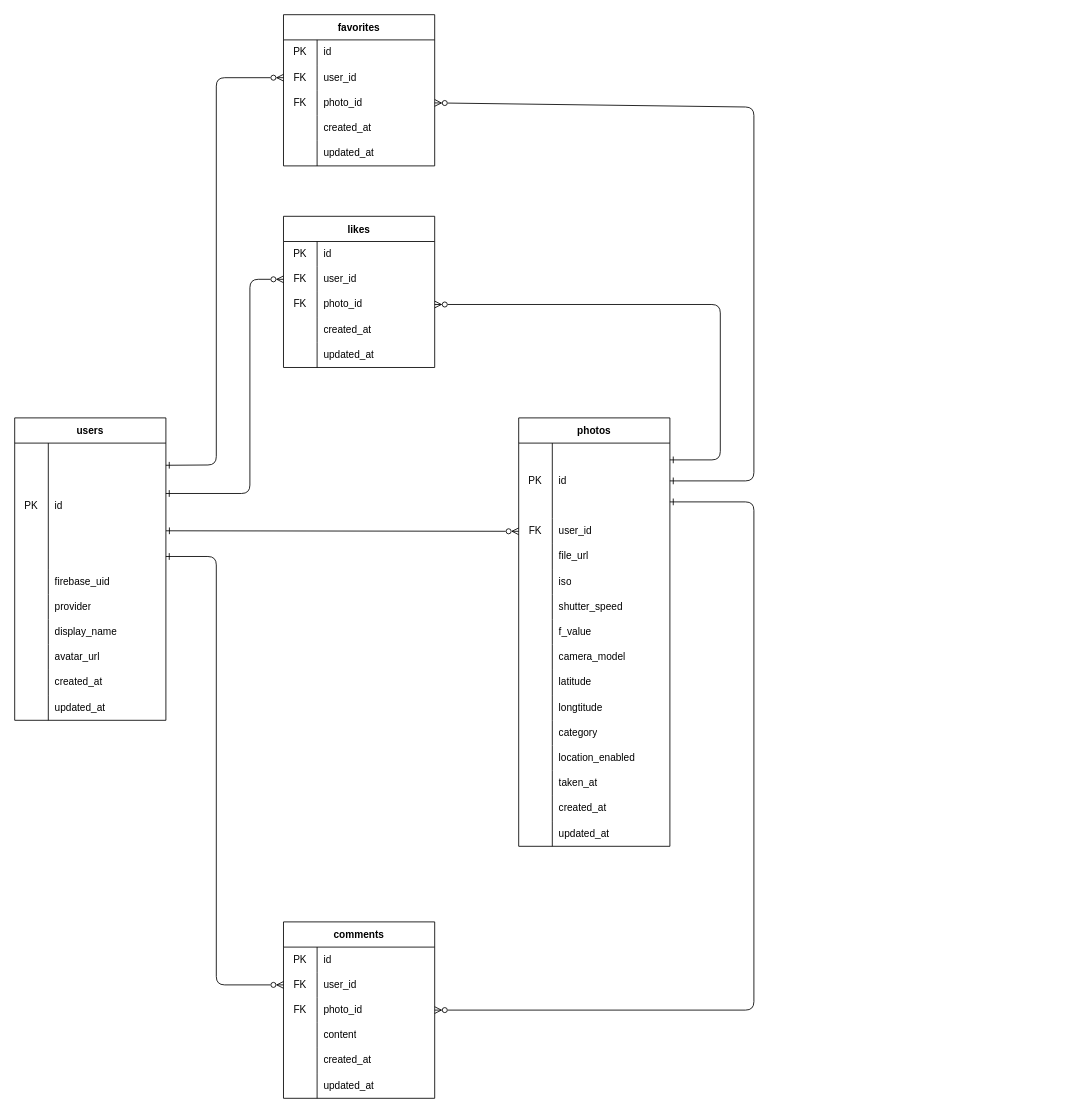
Above: er.drawio in Kaiwa-Jun/shotsharing (draw.io), before the change. Source tidied: cells renumbered, new cells numbered last; positions are measured from the earlier drawing's top-left corner, leaving out a move shared by most shapes. Both pictures are drawn from the tidied source at 84%, with x=0, y=0 at pixel (14, 14).
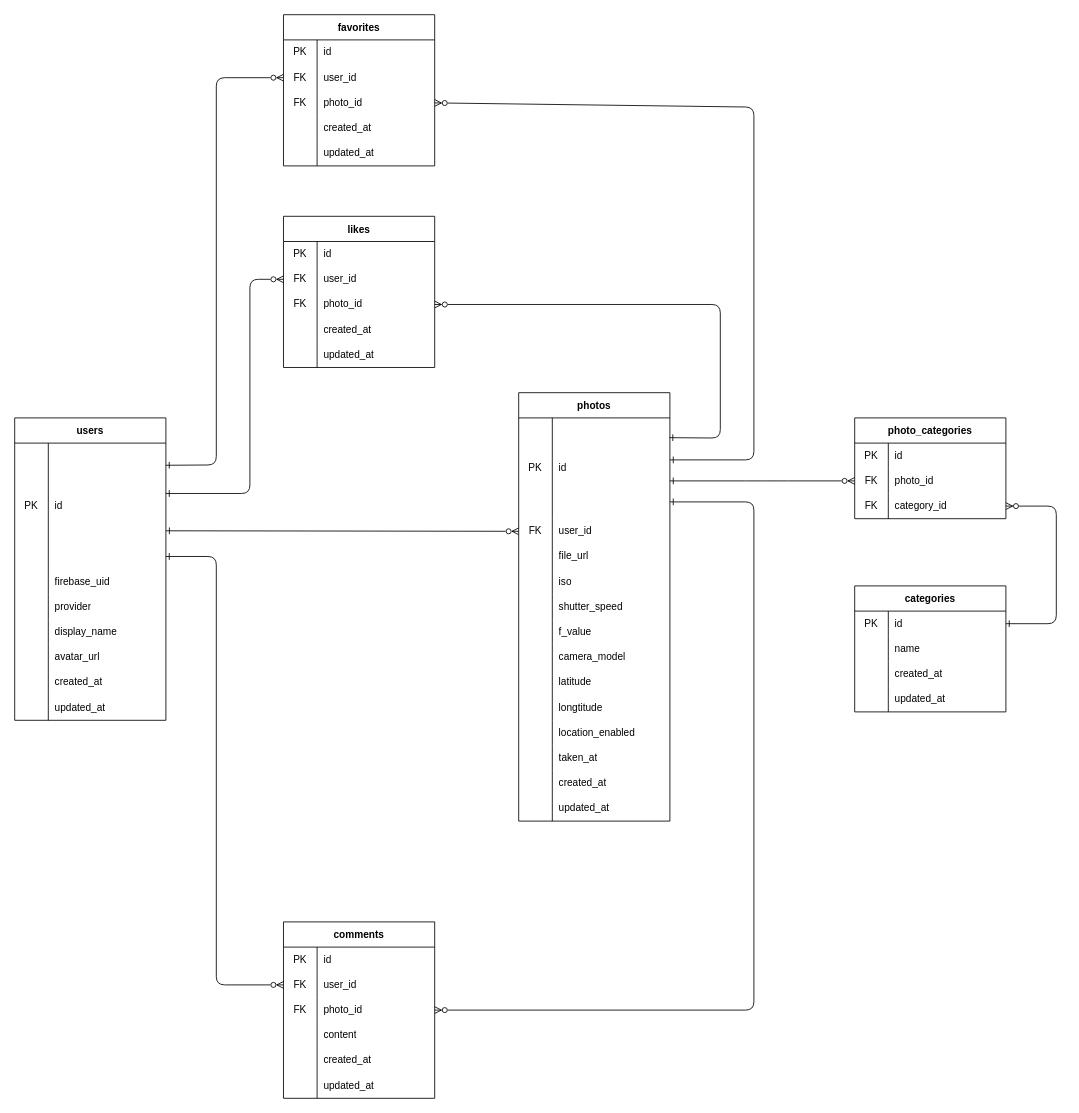
After the change.

Commit message:
ER図 categoriedテーブル追加

The change refers to these unchanged cells:
```xml
<mxCell id="74" style="shape=tableRow;horizontal=0;startSize=0;swimlaneHead=0;swimlaneBody=0;top=0;left=0;bottom=0;right=0;fillColor=none;points=[[0,0.5],[1,0.5]];portConstraint=eastwest;" parent="67" vertex="1">
  <mxGeometry y="90" width="180" height="30" as="geometry" />
</mxCell>
<mxCell id="90" style="shape=tableRow;horizontal=0;startSize=0;swimlaneHead=0;swimlaneBody=0;top=0;left=0;bottom=0;right=0;fillColor=none;points=[[0,0.5],[1,0.5]];portConstraint=eastwest;" parent="83" vertex="1">
  <mxGeometry y="90" width="180" height="30" as="geometry" />
</mxCell>
```

Change to the diagram source:
```diff
@@
     <mxCell id="24" value="photos" style="shape=table;startSize=30;childLayout=tableLayout;rowLines=0;fontStyle=1;perimeterSpacing=0;columnLines=1;resizeLastRow=0;swimlaneHead=1;swimlaneBody=1;horizontal=1;top=1;bottom=1;noLabel=0;" parent="1" vertex="1">
-      <mxGeometry x="600" y="480" width="180" height="510" as="geometry" />
+      <mxGeometry x="600" y="450" width="180" height="510" as="geometry" />
     </mxCell>
     <mxCell id="25" style="shape=tableRow;horizontal=0;startSize=0;swimlaneHead=0;swimlaneBody=0;top=0;left=0;bottom=0;right=0;fillColor=none;points=[[0,0.5],[1,0.5]];portConstraint=eastwest;" parent="24" vertex="1">
-      <mxGeometry y="30" width="180" height="90" as="geometry" />
+      <mxGeometry y="30" width="180" height="120" as="geometry" />
     </mxCell>
     <mxCell id="26" value="PK" style="shape=partialRectangle;html=1;whiteSpace=wrap;fillColor=none;top=0;left=0;bottom=0;right=0;overflow=hidden;" parent="25" vertex="1">
-      <mxGeometry width="40" height="90" as="geometry" />
+      <mxGeometry width="40" height="120" as="geometry" />
     </mxCell>
     <mxCell id="27" value="id" style="shape=partialRectangle;html=1;whiteSpace=wrap;fillColor=none;top=0;left=0;bottom=0;right=0;align=left;spacingLeft=6;overflow=hidden;" parent="25" vertex="1">
-      <mxGeometry x="40" width="140" height="90" as="geometry" />
+      <mxGeometry x="40" width="140" height="120" as="geometry" />
     </mxCell>
     <mxCell id="28" style="shape=tableRow;horizontal=0;startSize=0;swimlaneHead=0;swimlaneBody=0;top=0;left=0;bottom=0;right=0;fillColor=none;points=[[0,0.5],[1,0.5]];portConstraint=eastwest;" parent="24" vertex="1">
-      <mxGeometry y="120" width="180" height="30" as="geometry" />
+      <mxGeometry y="150" width="180" height="30" as="geometry" />
     </mxCell>
@@
     <mxCell id="31" style="shape=tableRow;horizontal=0;startSize=0;swimlaneHead=0;swimlaneBody=0;top=0;left=0;bottom=0;right=0;fillColor=none;" parent="24" vertex="1">
-      <mxGeometry y="150" width="180" height="30" as="geometry" />
+      <mxGeometry y="180" width="180" height="30" as="geometry" />
     </mxCell>
@@
     <mxCell id="34" style="shape=tableRow;horizontal=0;startSize=0;swimlaneHead=0;swimlaneBody=0;top=0;left=0;bottom=0;right=0;fillColor=none;" parent="24" vertex="1">
-      <mxGeometry y="180" width="180" height="30" as="geometry" />
+      <mxGeometry y="210" width="180" height="30" as="geometry" />
     </mxCell>
@@
     <mxCell id="37" style="shape=tableRow;horizontal=0;startSize=0;swimlaneHead=0;swimlaneBody=0;top=0;left=0;bottom=0;right=0;fillColor=none;" parent="24" vertex="1">
-      <mxGeometry y="210" width="180" height="30" as="geometry" />
+      <mxGeometry y="240" width="180" height="30" as="geometry" />
     </mxCell>
@@
     <mxCell id="40" style="shape=tableRow;horizontal=0;startSize=0;swimlaneHead=0;swimlaneBody=0;top=0;left=0;bottom=0;right=0;fillColor=none;" parent="24" vertex="1">
-      <mxGeometry y="240" width="180" height="30" as="geometry" />
+      <mxGeometry y="270" width="180" height="30" as="geometry" />
     </mxCell>
@@
     <mxCell id="43" style="shape=tableRow;horizontal=0;startSize=0;swimlaneHead=0;swimlaneBody=0;top=0;left=0;bottom=0;right=0;fillColor=none;" parent="24" vertex="1">
-      <mxGeometry y="270" width="180" height="30" as="geometry" />
+      <mxGeometry y="300" width="180" height="30" as="geometry" />
     </mxCell>
@@
     <mxCell id="46" style="shape=tableRow;horizontal=0;startSize=0;swimlaneHead=0;swimlaneBody=0;top=0;left=0;bottom=0;right=0;fillColor=none;" parent="24" vertex="1">
-      <mxGeometry y="300" width="180" height="30" as="geometry" />
+      <mxGeometry y="330" width="180" height="30" as="geometry" />
     </mxCell>
@@
     <mxCell id="49" style="shape=tableRow;horizontal=0;startSize=0;swimlaneHead=0;swimlaneBody=0;top=0;left=0;bottom=0;right=0;fillColor=none;" parent="24" vertex="1">
-      <mxGeometry y="330" width="180" height="30" as="geometry" />
+      <mxGeometry y="360" width="180" height="30" as="geometry" />
     </mxCell>
@@
-    <mxCell id="52" style="shape=tableRow;horizontal=0;startSize=0;swimlaneHead=0;swimlaneBody=0;top=0;left=0;bottom=0;right=0;fillColor=none;" parent="24" vertex="1">
-      <mxGeometry y="360" width="180" height="30" as="geometry" />
-    </mxCell>
-    <mxCell id="53" style="shape=partialRectangle;html=1;whiteSpace=wrap;fillColor=none;top=0;left=0;bottom=0;right=0;overflow=hidden;" parent="52" vertex="1">
-      <mxGeometry width="40" height="30" as="geometry" />
-    </mxCell>
-    <mxCell id="54" value="category" style="shape=partialRectangle;html=1;whiteSpace=wrap;fillColor=none;top=0;left=0;bottom=0;right=0;align=left;spacingLeft=6;overflow=hidden;" parent="52" vertex="1">
-      <mxGeometry x="40" width="140" height="30" as="geometry" />
-    </mxCell>
@@
-    <mxCell id="119" style="edgeStyle=none;html=1;fontFamily=Helvetica;fontSize=12;fontColor=default;startArrow=ERone;startFill=0;endArrow=ERzeroToMany;endFill=0;startSize=6;entryX=1;entryY=0.5;entryDx=0;entryDy=0;exitX=1;exitY=0.5;exitDx=0;exitDy=0;" parent="1" edge="1" source="25" target="74">
+    <mxCell id="119" style="edgeStyle=none;html=1;fontFamily=Helvetica;fontSize=12;fontColor=default;startArrow=ERone;startFill=0;endArrow=ERzeroToMany;endFill=0;startSize=6;entryX=1;entryY=0.5;entryDx=0;entryDy=0;" parent="1" edge="1" target="74">
       <mxGeometry relative="1" as="geometry">
+        <mxPoint x="780" y="530" as="sourcePoint" />
         <Array as="points">
-          <mxPoint x="880" y="555" />
+          <mxPoint x="880" y="530" />
           <mxPoint x="880" y="110" />
         </Array>
       </mxGeometry>
     </mxCell>
@@
-    <mxCell id="124" style="edgeStyle=none;html=1;fontFamily=Helvetica;fontSize=12;fontColor=default;startArrow=ERone;startFill=0;endArrow=ERzeroToMany;endFill=0;startSize=6;entryX=1;entryY=0.5;entryDx=0;entryDy=0;" parent="1" edge="1" target="90">
+    <mxCell id="124" style="edgeStyle=none;html=1;fontFamily=Helvetica;fontSize=12;fontColor=default;startArrow=ERone;startFill=0;endArrow=ERzeroToMany;endFill=0;startSize=6;entryX=1;entryY=0.5;entryDx=0;entryDy=0;exitX=0.997;exitY=0.196;exitDx=0;exitDy=0;exitPerimeter=0;" parent="1" edge="1" source="25" target="90">
       <mxGeometry relative="1" as="geometry">
-        <mxPoint x="780" y="530" as="sourcePoint" />
         <Array as="points">
-          <mxPoint x="840" y="530" />
+          <mxPoint x="840" y="504" />
           <mxPoint x="840" y="345" />
         </Array>
       </mxGeometry>
     </mxCell>
+    <mxCell id="125" value="photo_categories" style="shape=table;startSize=30;childLayout=tableLayout;rowLines=0;fontStyle=1;perimeterSpacing=0;columnLines=1;resizeLastRow=0;swimlaneHead=1;swimlaneBody=1;horizontal=1;top=1;bottom=1;noLabel=0;" parent="1" vertex="1">
+      <mxGeometry x="1000" y="480" width="180" height="120" as="geometry" />
+    </mxCell>
+    <mxCell id="126" style="shape=tableRow;horizontal=0;startSize=0;swimlaneHead=0;swimlaneBody=0;top=0;left=0;bottom=0;right=0;fillColor=none;" parent="125" vertex="1">
+      <mxGeometry y="30" width="180" height="30" as="geometry" />
+    </mxCell>
+    <mxCell id="127" value="PK" style="shape=partialRectangle;html=1;whiteSpace=wrap;fillColor=none;top=0;left=0;bottom=0;right=0;overflow=hidden;" parent="126" vertex="1">
+      <mxGeometry width="40" height="30" as="geometry" />
+    </mxCell>
+    <mxCell id="128" value="id" style="shape=partialRectangle;html=1;whiteSpace=wrap;fillColor=none;top=0;left=0;bottom=0;right=0;align=left;spacingLeft=6;overflow=hidden;" parent="126" vertex="1">
+      <mxGeometry x="40" width="140" height="30" as="geometry" />
+    </mxCell>
+    <mxCell id="129" style="shape=tableRow;horizontal=0;startSize=0;swimlaneHead=0;swimlaneBody=0;top=0;left=0;bottom=0;right=0;fillColor=none;points=[[0,0.5],[1,0.5]];portConstraint=eastwest;" parent="125" vertex="1">
+      <mxGeometry y="60" width="180" height="30" as="geometry" />
+    </mxCell>
+    <mxCell id="130" value="FK" style="shape=partialRectangle;html=1;whiteSpace=wrap;fillColor=none;top=0;left=0;bottom=0;right=0;overflow=hidden;" parent="129" vertex="1">
+      <mxGeometry width="40" height="30" as="geometry" />
+    </mxCell>
+    <mxCell id="131" value="photo_id" style="shape=partialRectangle;html=1;whiteSpace=wrap;fillColor=none;top=0;left=0;bottom=0;right=0;align=left;spacingLeft=6;overflow=hidden;" parent="129" vertex="1">
+      <mxGeometry x="40" width="140" height="30" as="geometry" />
+    </mxCell>
+    <mxCell id="132" style="shape=tableRow;horizontal=0;startSize=0;swimlaneHead=0;swimlaneBody=0;top=0;left=0;bottom=0;right=0;fillColor=none;points=[[0,0.5],[1,0.5]];portConstraint=eastwest;" parent="125" vertex="1">
+      <mxGeometry y="90" width="180" height="30" as="geometry" />
+    </mxCell>
+    <mxCell id="133" value="FK" style="shape=partialRectangle;html=1;whiteSpace=wrap;fillColor=none;top=0;left=0;bottom=0;right=0;overflow=hidden;" parent="132" vertex="1">
+      <mxGeometry width="40" height="30" as="geometry" />
+    </mxCell>
+    <mxCell id="134" value="category_id" style="shape=partialRectangle;html=1;whiteSpace=wrap;fillColor=none;top=0;left=0;bottom=0;right=0;align=left;spacingLeft=6;overflow=hidden;" parent="132" vertex="1">
+      <mxGeometry x="40" width="140" height="30" as="geometry" />
+    </mxCell>
+    <mxCell id="135" value="categories" style="shape=table;startSize=30;childLayout=tableLayout;rowLines=0;fontStyle=1;perimeterSpacing=0;columnLines=1;resizeLastRow=0;swimlaneHead=1;swimlaneBody=1;horizontal=1;top=1;bottom=1;noLabel=0;" parent="1" vertex="1">
+      <mxGeometry x="1000" y="680" width="180" height="150" as="geometry" />
+    </mxCell>
+    <mxCell id="136" style="shape=tableRow;horizontal=0;startSize=0;swimlaneHead=0;swimlaneBody=0;top=0;left=0;bottom=0;right=0;fillColor=none;points=[[0,0.5],[1,0.5]];portConstraint=eastwest;" parent="135" vertex="1">
+      <mxGeometry y="30" width="180" height="30" as="geometry" />
+    </mxCell>
+    <mxCell id="137" value="PK" style="shape=partialRectangle;html=1;whiteSpace=wrap;fillColor=none;top=0;left=0;bottom=0;right=0;overflow=hidden;" parent="136" vertex="1">
+      <mxGeometry width="40" height="30" as="geometry" />
+    </mxCell>
+    <mxCell id="138" value="id" style="shape=partialRectangle;html=1;whiteSpace=wrap;fillColor=none;top=0;left=0;bottom=0;right=0;align=left;spacingLeft=6;overflow=hidden;" parent="136" vertex="1">
+      <mxGeometry x="40" width="140" height="30" as="geometry" />
+    </mxCell>
+    <mxCell id="139" style="shape=tableRow;horizontal=0;startSize=0;swimlaneHead=0;swimlaneBody=0;top=0;left=0;bottom=0;right=0;fillColor=none;" parent="135" vertex="1">
+      <mxGeometry y="60" width="180" height="30" as="geometry" />
+    </mxCell>
+    <mxCell id="140" style="shape=partialRectangle;html=1;whiteSpace=wrap;fillColor=none;top=0;left=0;bottom=0;right=0;overflow=hidden;" parent="139" vertex="1">
+      <mxGeometry width="40" height="30" as="geometry" />
+    </mxCell>
+    <mxCell id="141" value="name" style="shape=partialRectangle;html=1;whiteSpace=wrap;fillColor=none;top=0;left=0;bottom=0;right=0;align=left;spacingLeft=6;overflow=hidden;" parent="139" vertex="1">
+      <mxGeometry x="40" width="140" height="30" as="geometry" />
+    </mxCell>
+    <mxCell id="142" style="shape=tableRow;horizontal=0;startSize=0;swimlaneHead=0;swimlaneBody=0;top=0;left=0;bottom=0;right=0;fillColor=none;" parent="135" vertex="1">
+      <mxGeometry y="90" width="180" height="30" as="geometry" />
+    </mxCell>
+    <mxCell id="143" style="shape=partialRectangle;html=1;whiteSpace=wrap;fillColor=none;top=0;left=0;bottom=0;right=0;overflow=hidden;" parent="142" vertex="1">
+      <mxGeometry width="40" height="30" as="geometry" />
+    </mxCell>
+    <mxCell id="144" value="created_at" style="shape=partialRectangle;html=1;whiteSpace=wrap;fillColor=none;top=0;left=0;bottom=0;right=0;align=left;spacingLeft=6;overflow=hidden;" parent="142" vertex="1">
+      <mxGeometry x="40" width="140" height="30" as="geometry" />
+    </mxCell>
+    <mxCell id="145" style="shape=tableRow;horizontal=0;startSize=0;swimlaneHead=0;swimlaneBody=0;top=0;left=0;bottom=0;right=0;fillColor=none;" parent="135" vertex="1">
+      <mxGeometry y="120" width="180" height="30" as="geometry" />
+    </mxCell>
+    <mxCell id="146" style="shape=partialRectangle;html=1;whiteSpace=wrap;fillColor=none;top=0;left=0;bottom=0;right=0;overflow=hidden;" parent="145" vertex="1">
+      <mxGeometry width="40" height="30" as="geometry" />
+    </mxCell>
+    <mxCell id="147" value="updated_at" style="shape=partialRectangle;html=1;whiteSpace=wrap;fillColor=none;top=0;left=0;bottom=0;right=0;align=left;spacingLeft=6;overflow=hidden;" parent="145" vertex="1">
+      <mxGeometry x="40" width="140" height="30" as="geometry" />
+    </mxCell>
+    <mxCell id="148" style="edgeStyle=none;html=1;fontFamily=Helvetica;fontSize=12;fontColor=default;startArrow=ERone;startFill=0;endArrow=ERzeroToMany;endFill=0;startSize=6;entryX=0;entryY=0.5;entryDx=0;entryDy=0;" parent="1" edge="1" target="129">
+      <mxGeometry relative="1" as="geometry">
+        <mxPoint x="780" y="555" as="sourcePoint" />
+        <Array as="points">
+          <mxPoint x="880" y="555" />
+          <mxPoint x="920" y="555" />
+        </Array>
+      </mxGeometry>
+    </mxCell>
+    <mxCell id="149" style="edgeStyle=none;html=1;fontFamily=Helvetica;fontSize=12;fontColor=default;startArrow=ERone;startFill=0;endArrow=ERzeroToMany;endFill=0;startSize=6;entryX=1;entryY=0.5;entryDx=0;entryDy=0;exitX=1;exitY=0.5;exitDx=0;exitDy=0;" parent="1" edge="1" source="136" target="132">
+      <mxGeometry relative="1" as="geometry">
+        <Array as="points">
+          <mxPoint x="1240" y="725" />
+          <mxPoint x="1240" y="585" />
+        </Array>
+      </mxGeometry>
+    </mxCell>
```
